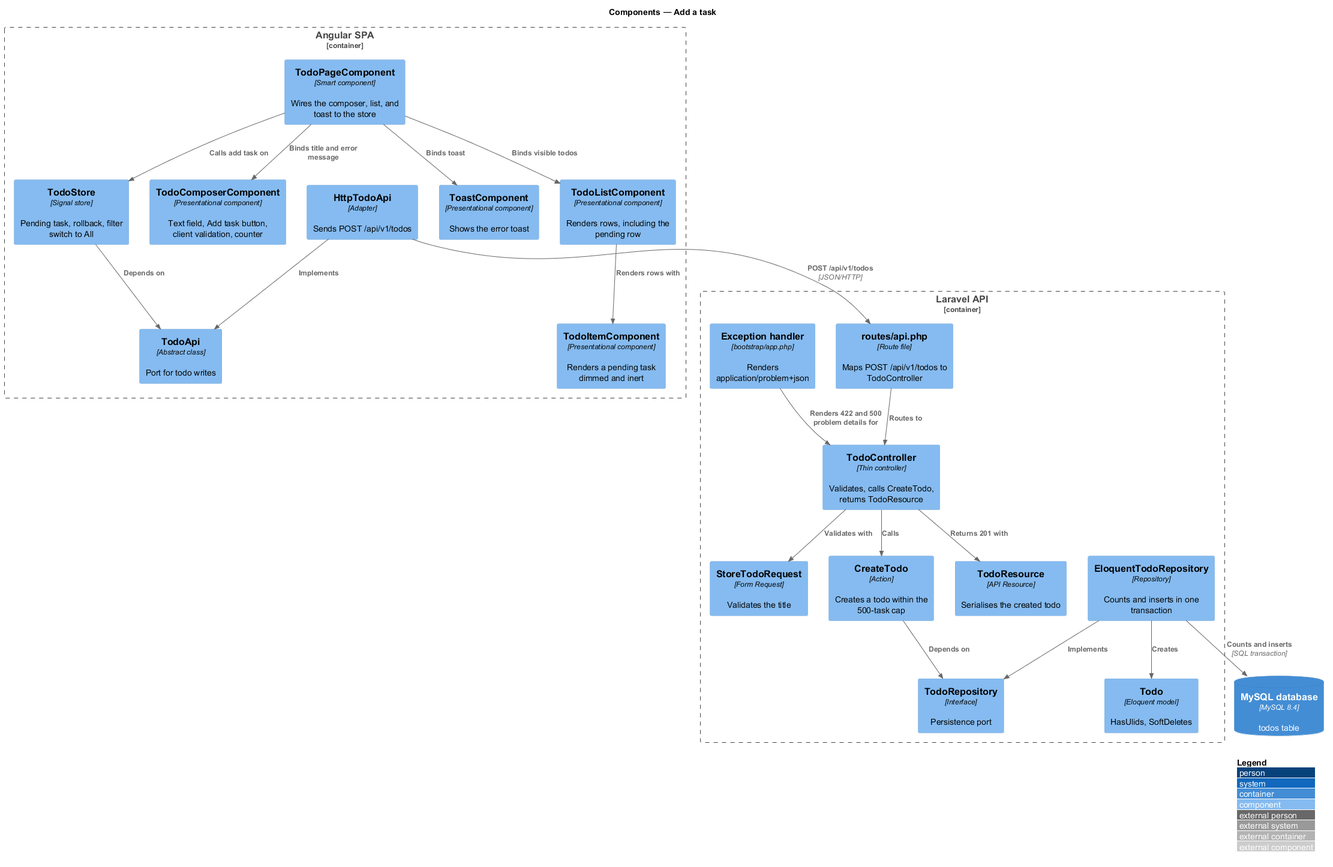
This is docs/detailed-designs/task-capture/add-task/diagrams/c4-component.png from QuinntyneBrown/php-todo-lab, a PlantUML export, as it was before one commit. Its diagram source:
```plantuml
@startuml
!include <C4/C4_Component>
LAYOUT_WITH_LEGEND()
title Components — Add a task

Container_Boundary(spa, "Angular SPA") {
  Component(page, "TodoPageComponent", "Smart component", "Wires the composer, list, and toast to the store")
  Component(composer, "TodoComposerComponent", "Presentational component", "Text field, Add task button, client validation, counter")
  Component(list, "TodoListComponent", "Presentational component", "Renders rows, including the pending row")
  Component(item, "TodoItemComponent", "Presentational component", "Renders a pending task dimmed and inert")
  Component(toast, "ToastComponent", "Presentational component", "Shows the error toast")
  Component(store, "TodoStore", "Signal store", "Pending task, rollback, filter switch to All")
  Component(port, "TodoApi", "Abstract class", "Port for todo writes")
  Component(adapter, "HttpTodoApi", "Adapter", "Sends POST /api/v1/todos")
}

Container_Boundary(api, "Laravel API") {
  Component(routes, "routes/api.php", "Route file", "Maps POST /api/v1/todos to TodoController")
  Component(ctrl, "TodoController", "Thin controller", "Validates, calls CreateTodo, returns TodoResource")
  Component(req, "StoreTodoRequest", "Form Request", "Validates the title")
  Component(action, "CreateTodo", "Action", "Creates a todo within the 500-task cap")
  Component(repo, "TodoRepository", "Interface", "Persistence port")
  Component(eloquent, "EloquentTodoRepository", "Repository", "Counts and inserts in one transaction")
  Component(model, "Todo", "Eloquent model", "HasUlids, SoftDeletes")
  Component(res, "TodoResource", "API Resource", "Serialises the created todo")
  Component(errs, "Exception handler", "bootstrap/app.php", "Renders application/problem+json")
}

ContainerDb(db, "MySQL database", "MySQL 8.4", "todos table")

Rel(page, composer, "Binds title and error message")
Rel(page, list, "Binds visible todos")
Rel(list, item, "Renders rows with")
Rel(page, toast, "Binds toast")
Rel(page, store, "Calls add task on")
Rel(store, port, "Depends on")
Rel(adapter, port, "Implements")
Rel(adapter, routes, "POST /api/v1/todos", "JSON/HTTP")
Rel(routes, ctrl, "Routes to")
Rel(ctrl, req, "Validates with")
Rel(ctrl, action, "Calls")
Rel(ctrl, res, "Returns 201 with")
Rel(action, repo, "Depends on")
Rel(eloquent, repo, "Implements")
Rel(eloquent, model, "Creates")
Rel(eloquent, db, "Counts and inserts", "SQL transaction")
Rel(errs, ctrl, "Renders 422 and 500 problem details for")
@enduml
```
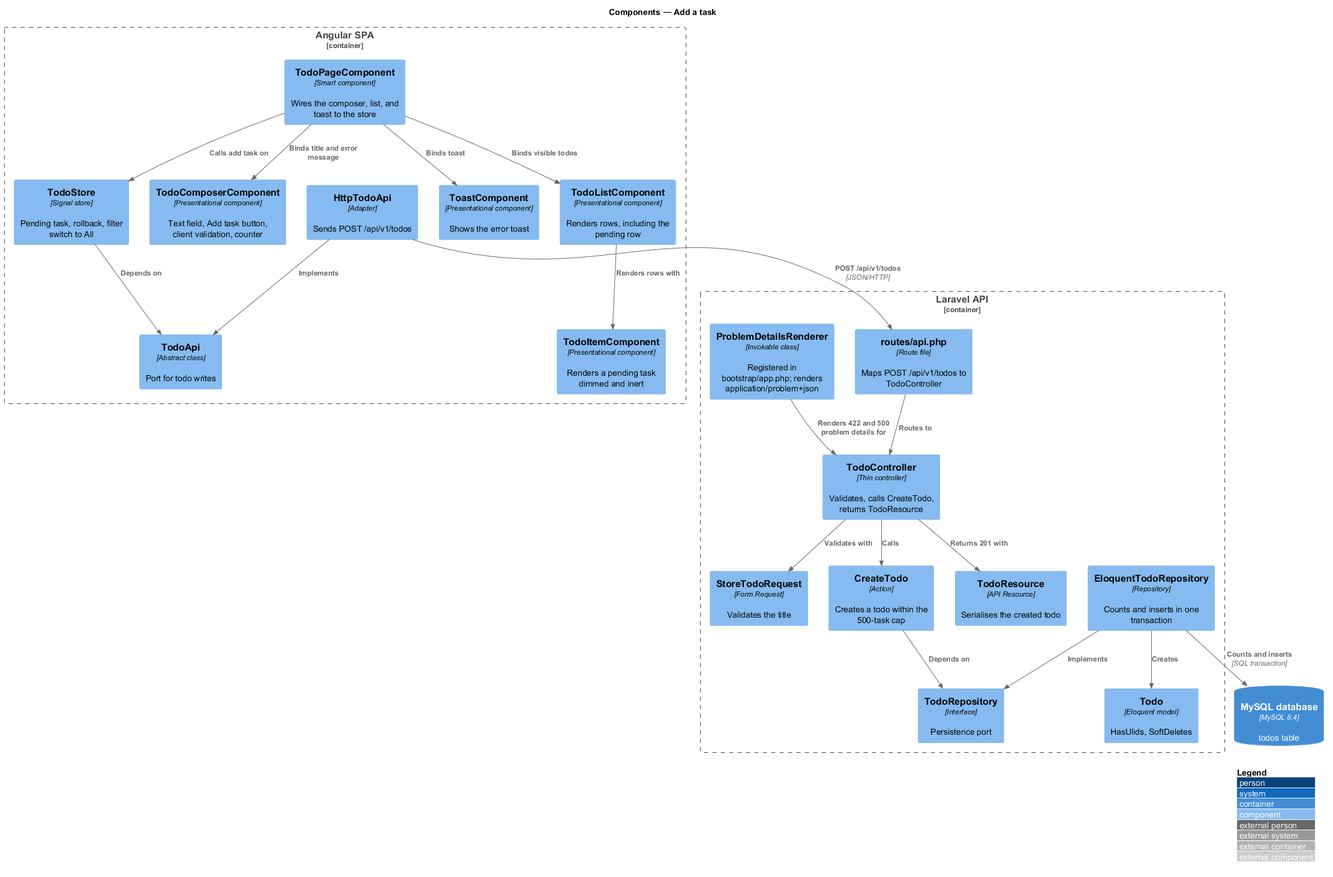
Later version of the same file.

Change to the diagram source:
```diff
@@ -23,7 +23,7 @@
   Component(eloquent, "EloquentTodoRepository", "Repository", "Counts and inserts in one transaction")
   Component(model, "Todo", "Eloquent model", "HasUlids, SoftDeletes")
   Component(res, "TodoResource", "API Resource", "Serialises the created todo")
-  Component(errs, "Exception handler", "bootstrap/app.php", "Renders application/problem+json")
+  Component(errs, "ProblemDetailsRenderer", "Invokable class", "Registered in bootstrap/app.php; renders application/problem+json")
 }
 
 ContainerDb(db, "MySQL database", "MySQL 8.4", "todos table")
```
